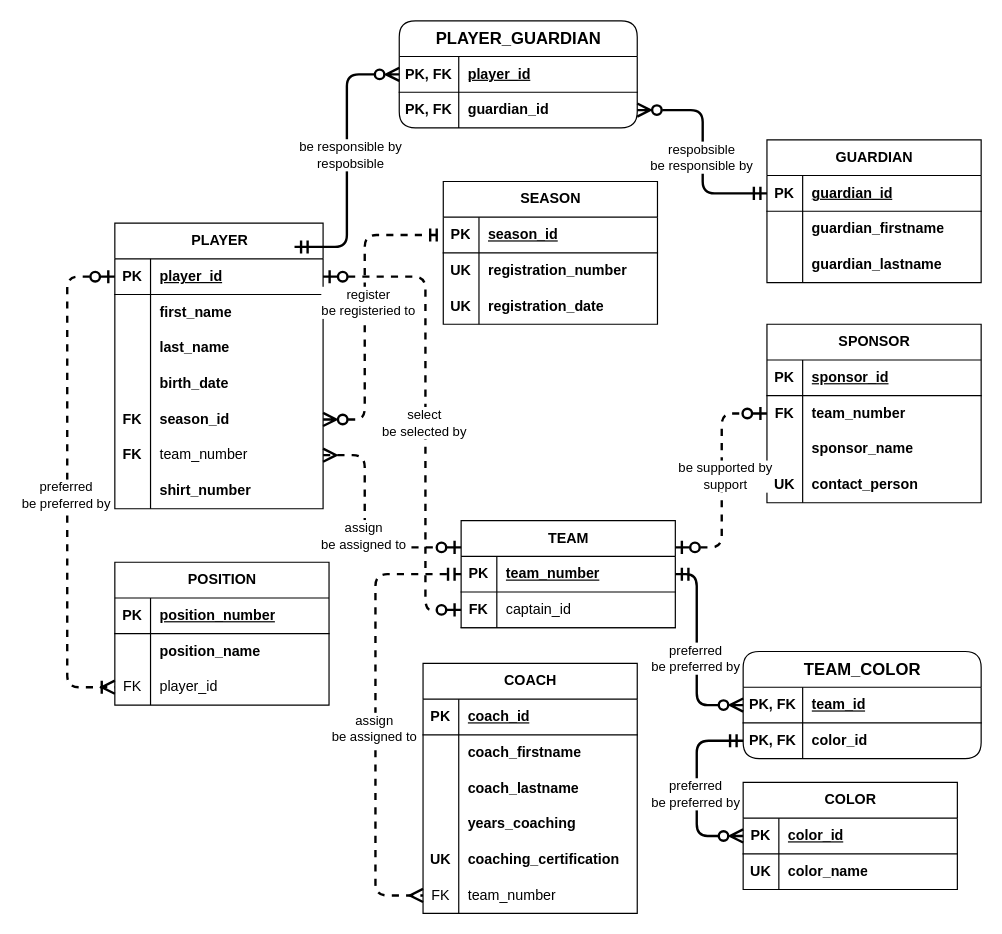
Before: page "P0308b" (2 of 2) of relational-database-design/c3/P0308.drawio in qichendev/assignments, a draw.io diagram. Source tidied: cells renumbered, new cells numbered last; positions are measured from the earlier drawing's top-left corner, leaving out a move shared by most shapes. Both pictures are drawn from the tidied source at 119%, with x=0, y=0 at pixel (67, 20).
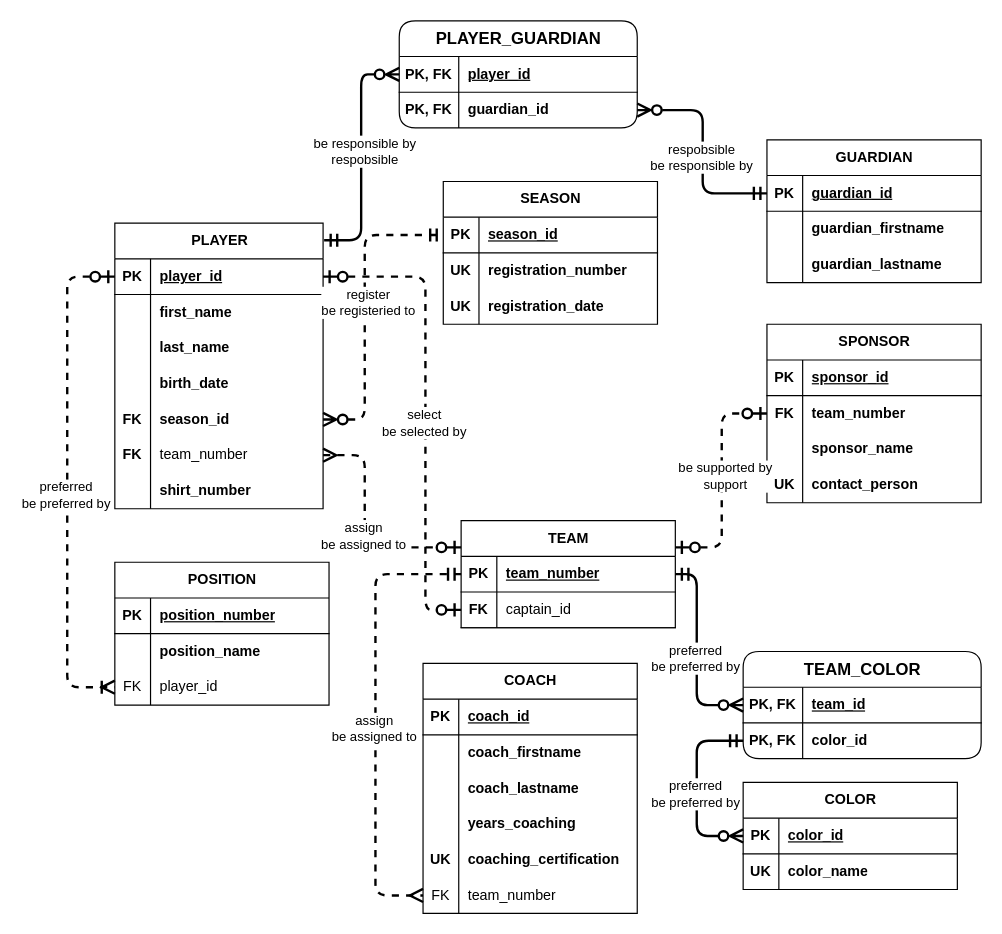
The same diagram, later.

Unchanged cells that the change refers to:
```xml
<mxCell id="2" value="PLAYER" style="shape=table;startSize=30;childLayout=tableLayout;rowLines=0;fontStyle=1;align=center;html=1;" parent="1" vertex="1">
  <mxGeometry x="40" y="170" width="175" height="240" as="geometry" />
</mxCell>
<mxCell id="81" style="shape=tableRow;horizontal=0;startSize=0;swimlaneHead=0;swimlaneBody=0;fillColor=none;points=[[0,0.5],[1,0.5]];portConstraint=eastwest;top=0;left=0;right=0;bottom=1;" parent="80" vertex="1">
  <mxGeometry y="30" width="200" height="30" as="geometry" />
</mxCell>
```

Diff of the diagram source:
```diff
@@
-    <mxCell id="87" style="edgeStyle=elbowEdgeStyle;fontSize=12;html=1;endArrow=ERzeroToMany;startArrow=ERmandOne;rounded=1;endSize=8;startSize=8;strokeWidth=2;jumpStyle=none;curved=0;startFill=0;endFill=0;entryX=0;entryY=0.5;entryDx=0;entryDy=0;" parent="1" edge="1" target="81">
-      <mxGeometry relative="1" as="geometry">
-        <mxPoint x="191" y="190" as="sourcePoint" />
-      </mxGeometry>
+    <mxCell id="87" style="edgeStyle=elbowEdgeStyle;fontSize=12;html=1;endArrow=ERzeroToMany;startArrow=ERmandOne;rounded=1;endSize=8;startSize=8;strokeWidth=2;jumpStyle=none;curved=0;startFill=0;endFill=0;entryX=0;entryY=0.5;entryDx=0;entryDy=0;exitX=1.005;exitY=0.06;exitDx=0;exitDy=0;exitPerimeter=0;" parent="1" edge="1" source="2" target="81">
+      <mxGeometry relative="1" as="geometry" />
     </mxCell>
```
